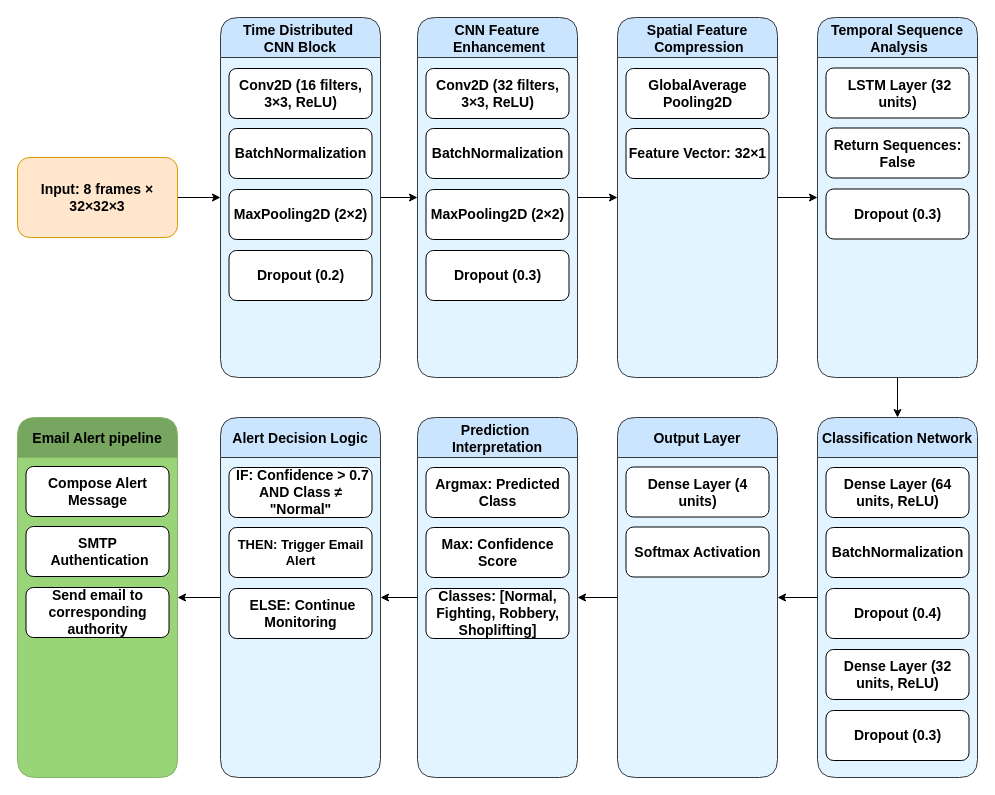
Before: thesis.drawio in Skippersquareroot100/Audacity, a draw.io diagram. Source tidied: cells renumbered, new cells numbered last; positions are measured from the earlier drawing's top-left corner, leaving out a move shared by most shapes. Both pictures are drawn from the tidied source at 100%, with x=0, y=0 at pixel (17, 17).
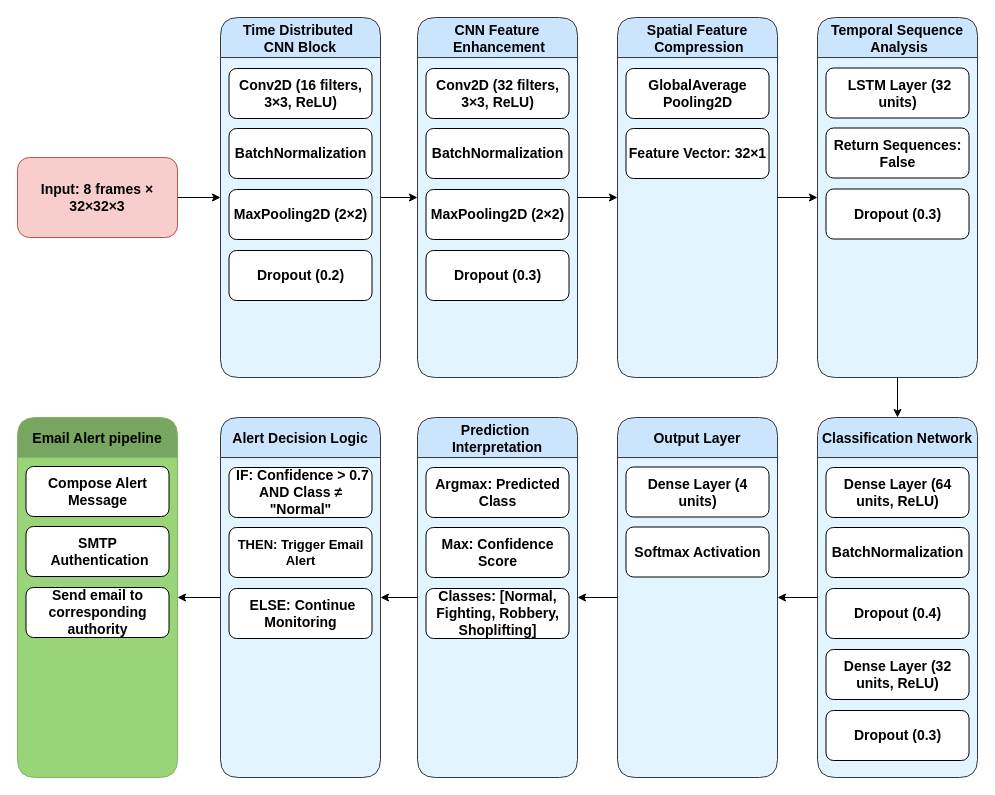
The same page after the edit.

Change to the diagram source:
```diff
@@
-    <mxCell id="3" value="&lt;b&gt;&lt;font style=&quot;font-size: 14px;&quot;&gt;Input: 8 frames × 32×32×3&lt;/font&gt;&lt;/b&gt;" style="rounded=1;whiteSpace=wrap;html=1;fillColor=#ffe6cc;strokeColor=#d79b00;" parent="1" vertex="1">
+    <mxCell id="3" value="&lt;b&gt;&lt;font style=&quot;font-size: 14px;&quot;&gt;Input: 8 frames × 32×32×3&lt;/font&gt;&lt;/b&gt;" style="rounded=1;whiteSpace=wrap;html=1;fillColor=#f8cecc;strokeColor=#b85450;" parent="1" vertex="1">
       <mxGeometry y="140" width="160" height="80" as="geometry" />
     </mxCell>
```
